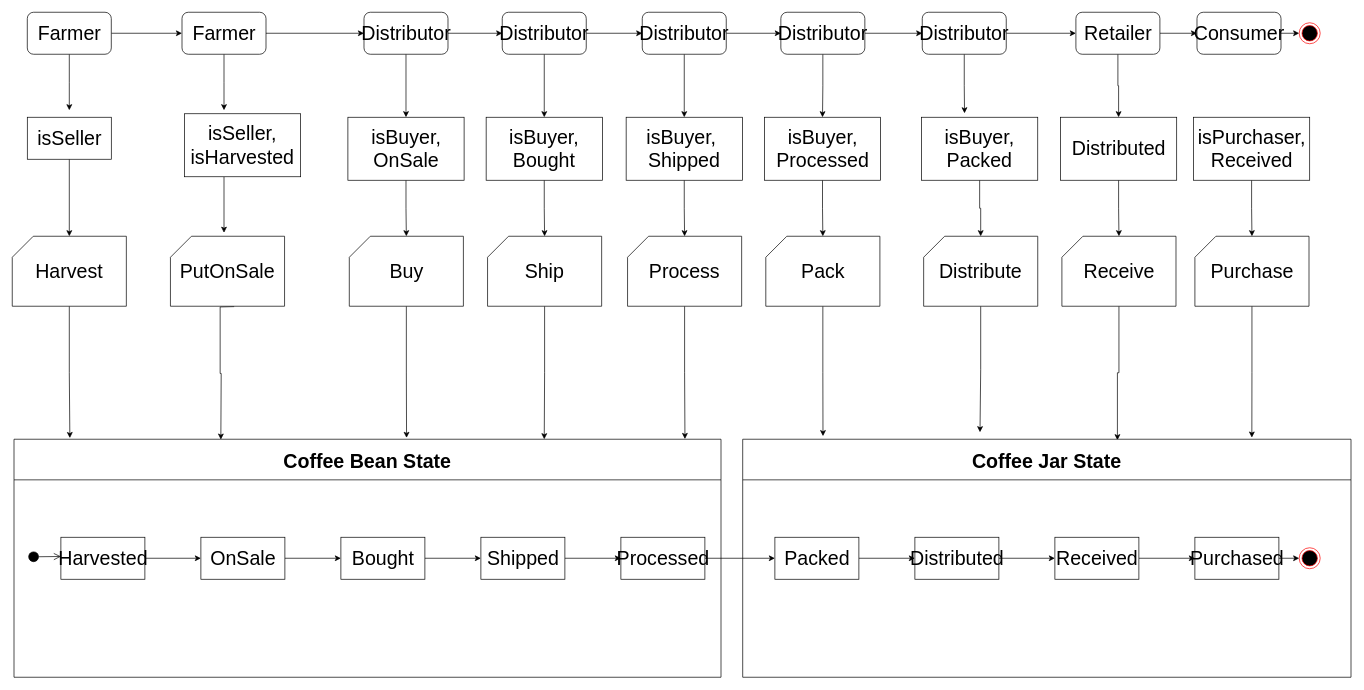
Above: UML and write-ups/UML Source/State Diagram.drawio in abuaesh/CoffeeSupplyChain (draw.io), before the change. Source tidied: cells renumbered, new cells numbered last; positions are measured from the earlier drawing's top-left corner, leaving out a move shared by most shapes. Both pictures are drawn from the tidied source at 70%, with x=0, y=0 at pixel (12, 12).
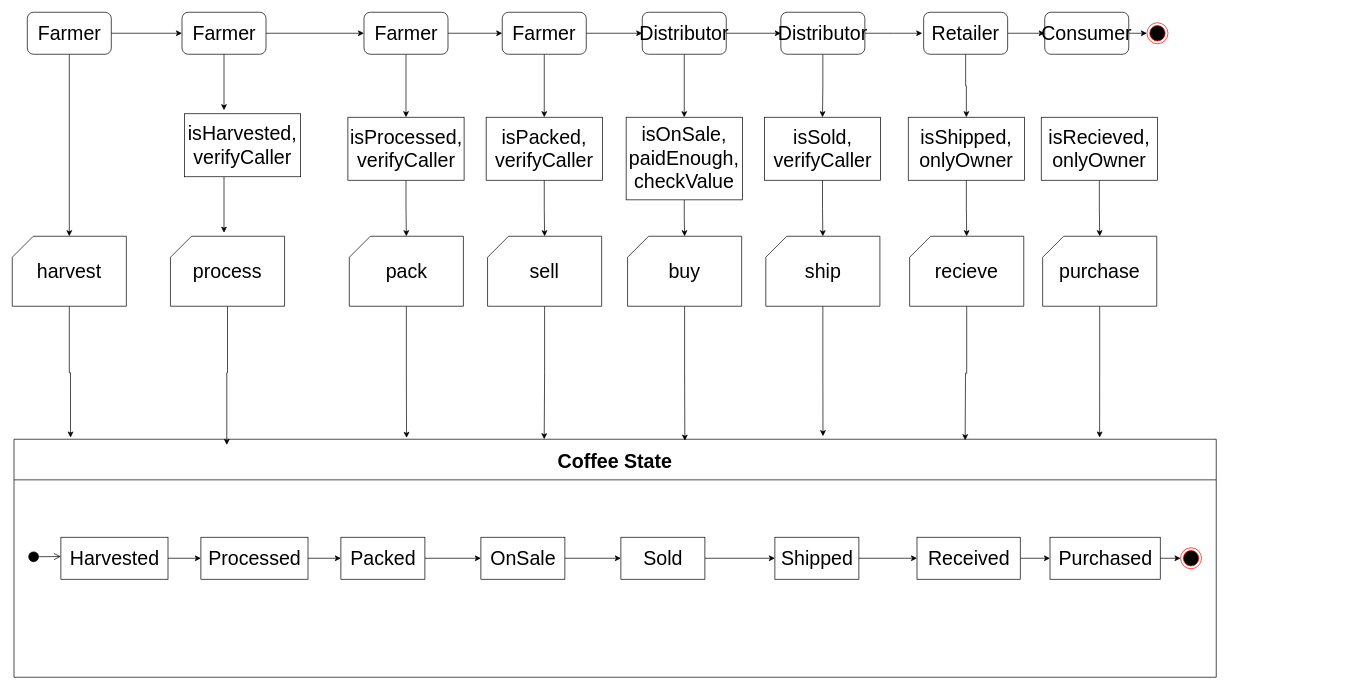
Above is the later version.

The change refers to these unchanged cells:
```xml
<mxCell id="23" value="Farmer" style="rounded=1;whiteSpace=wrap;html=1;fontSize=28;" parent="1" vertex="1">
  <mxGeometry x="21.5" width="120" height="60" as="geometry" />
</mxCell>
<mxCell id="38" value="Distributor" style="rounded=1;whiteSpace=wrap;html=1;fontSize=28;" parent="1" vertex="1">
  <mxGeometry x="1098" width="120" height="60" as="geometry" />
</mxCell>
```

What changed in the source:
```diff
@@
-    <mxCell id="2" value="Coffee Bean State" style="swimlane;fontSize=28;startSize=58;" parent="1" vertex="1">
-      <mxGeometry x="2.5" y="610" width="1010" height="340" as="geometry" />
+    <mxCell id="2" value="Coffee State" style="swimlane;fontSize=28;startSize=58;" parent="1" vertex="1">
+      <mxGeometry x="2.5" y="610" width="1717.5" height="340" as="geometry" />
     </mxCell>
@@
     <mxCell id="4" value="Harvested" style="rounded=0;whiteSpace=wrap;html=1;fontSize=28;" parent="2" vertex="1">
-      <mxGeometry x="67" y="140" width="120" height="60" as="geometry" />
+      <mxGeometry x="67" y="140" width="153" height="60" as="geometry" />
     </mxCell>
@@
-    <mxCell id="6" value="OnSale" style="rounded=0;whiteSpace=wrap;html=1;fontSize=28;" parent="2" vertex="1">
-      <mxGeometry x="267" y="140" width="120" height="60" as="geometry" />
+    <mxCell id="6" value="Processed" style="rounded=0;whiteSpace=wrap;html=1;fontSize=28;" parent="2" vertex="1">
+      <mxGeometry x="267" y="140" width="153" height="60" as="geometry" />
     </mxCell>
@@
-    <mxCell id="8" value="Bought" style="rounded=0;whiteSpace=wrap;html=1;fontSize=28;" parent="2" vertex="1">
+    <mxCell id="8" value="Packed" style="rounded=0;whiteSpace=wrap;html=1;fontSize=28;" parent="2" vertex="1">
       <mxGeometry x="467" y="140" width="120" height="60" as="geometry" />
     </mxCell>
@@
-    <mxCell id="10" value="Shipped" style="rounded=0;whiteSpace=wrap;html=1;fontSize=28;" parent="2" vertex="1">
+    <mxCell id="10" value="OnSale" style="rounded=0;whiteSpace=wrap;html=1;fontSize=28;" parent="2" vertex="1">
       <mxGeometry x="667" y="140" width="120" height="60" as="geometry" />
     </mxCell>
@@
-    <mxCell id="12" value="Processed" style="rounded=0;whiteSpace=wrap;html=1;fontSize=28;" parent="2" vertex="1">
+    <mxCell id="12" value="Sold" style="rounded=0;whiteSpace=wrap;html=1;fontSize=28;" parent="2" vertex="1">
       <mxGeometry x="867" y="140" width="120" height="60" as="geometry" />
     </mxCell>
-    <mxCell id="13" style="edgeStyle=orthogonalEdgeStyle;rounded=0;jettySize=auto;html=1;fontSize=28;" parent="2" edge="1" source="14" target="16">
+    <mxCell id="13" style="edgeStyle=orthogonalEdgeStyle;rounded=0;jettySize=auto;html=1;fontSize=28;entryX=0;entryY=0.5;entryDx=0;entryDy=0;" parent="2" edge="1" source="14" target="18">
       <mxGeometry relative="1" as="geometry" />
     </mxCell>
-    <mxCell id="14" value="Packed" style="rounded=0;whiteSpace=wrap;html=1;fontSize=28;" parent="2" vertex="1">
+    <mxCell id="14" value="Shipped" style="rounded=0;whiteSpace=wrap;html=1;fontSize=28;" parent="2" vertex="1">
       <mxGeometry x="1087" y="140" width="120" height="60" as="geometry" />
     </mxCell>
-    <mxCell id="15" style="edgeStyle=orthogonalEdgeStyle;rounded=0;jettySize=auto;html=1;fontSize=28;" parent="2" edge="1" source="16" target="18">
-      <mxGeometry relative="1" as="geometry" />
-    </mxCell>
-    <mxCell id="16" value="Distributed" style="rounded=0;whiteSpace=wrap;html=1;fontSize=28;" parent="2" vertex="1">
-      <mxGeometry x="1287" y="140" width="120" height="60" as="geometry" />
-    </mxCell>
@@
     <mxCell id="18" value="Received" style="rounded=0;whiteSpace=wrap;html=1;fontSize=28;" parent="2" vertex="1">
-      <mxGeometry x="1487" y="140" width="120" height="60" as="geometry" />
+      <mxGeometry x="1290" y="140" width="147.5" height="60" as="geometry" />
     </mxCell>
     <mxCell id="19" value="Purchased" style="rounded=0;whiteSpace=wrap;html=1;fontSize=28;" parent="2" vertex="1">
-      <mxGeometry x="1687" y="140" width="120" height="60" as="geometry" />
+      <mxGeometry x="1480" y="140" width="157.5" height="60" as="geometry" />
     </mxCell>
@@
-    <mxCell id="22" style="edgeStyle=orthogonalEdgeStyle;rounded=0;jettySize=auto;html=1;fontSize=28;" parent="1" edge="1" source="23">
-      <mxGeometry relative="1" as="geometry">
-        <mxPoint x="81.5" y="140" as="targetPoint" />
-      </mxGeometry>
+    <mxCell id="22" style="edgeStyle=orthogonalEdgeStyle;rounded=0;jettySize=auto;html=1;fontSize=28;entryX=0.5;entryY=0;entryDx=0;entryDy=0;entryPerimeter=0;" parent="1" edge="1" source="23" target="54">
+      <mxGeometry relative="1" as="geometry" />
     </mxCell>
@@
-    <mxCell id="29" value="Distributor" style="rounded=1;whiteSpace=wrap;html=1;fontSize=28;" parent="1" vertex="1">
+    <mxCell id="29" value="Farmer" style="rounded=1;whiteSpace=wrap;html=1;fontSize=28;" parent="1" vertex="1">
       <mxGeometry x="502.5" width="120" height="60" as="geometry" />
     </mxCell>
@@
-    <mxCell id="32" value="Distributor" style="rounded=1;whiteSpace=wrap;html=1;fontSize=28;" parent="1" vertex="1">
+    <mxCell id="32" value="Farmer" style="rounded=1;whiteSpace=wrap;html=1;fontSize=28;" parent="1" vertex="1">
       <mxGeometry x="700" width="120" height="60" as="geometry" />
     </mxCell>
@@
-    <mxCell id="36" style="edgeStyle=orthogonalEdgeStyle;rounded=0;jettySize=auto;html=1;fontSize=28;" parent="1" edge="1" source="38" target="41">
-      <mxGeometry relative="1" as="geometry" />
+    <mxCell id="36" style="edgeStyle=orthogonalEdgeStyle;rounded=0;jettySize=auto;html=1;fontSize=28;" parent="1" edge="1" source="38">
+      <mxGeometry relative="1" as="geometry">
+        <mxPoint x="1300" y="30" as="targetPoint" />
+      </mxGeometry>
     </mxCell>
@@
-    <mxCell id="39" style="edgeStyle=orthogonalEdgeStyle;rounded=0;jettySize=auto;html=1;fontSize=28;" parent="1" edge="1" source="41" target="44">
-      <mxGeometry relative="1" as="geometry" />
-    </mxCell>
-    <mxCell id="40" style="edgeStyle=orthogonalEdgeStyle;rounded=0;jettySize=auto;html=1;exitX=0.5;exitY=1;exitDx=0;exitDy=0;entryX=0.37;entryY=-0.063;entryDx=0;entryDy=0;entryPerimeter=0;fontSize=28;" parent="1" edge="1" source="41" target="72">
-      <mxGeometry relative="1" as="geometry" />
-    </mxCell>
-    <mxCell id="41" value="Distributor" style="rounded=1;whiteSpace=wrap;html=1;fontSize=28;" parent="1" vertex="1">
-      <mxGeometry x="1300" width="120" height="60" as="geometry" />
-    </mxCell>
@@
     <mxCell id="44" value="Retailer" style="rounded=1;whiteSpace=wrap;html=1;fontSize=28;" parent="1" vertex="1">
-      <mxGeometry x="1519.5" width="120" height="60" as="geometry" />
+      <mxGeometry x="1302" width="120" height="60" as="geometry" />
     </mxCell>
@@
     <mxCell id="46" value="Consumer" style="rounded=1;whiteSpace=wrap;html=1;fontSize=28;" parent="1" vertex="1">
-      <mxGeometry x="1692.5" width="120" height="60" as="geometry" />
+      <mxGeometry x="1475" width="120" height="60" as="geometry" />
     </mxCell>
-    <mxCell id="47" style="edgeStyle=orthogonalEdgeStyle;rounded=0;jettySize=auto;html=1;fontSize=28;entryX=0.079;entryY=-0.005;entryDx=0;entryDy=0;entryPerimeter=0;" parent="1" edge="1" source="54" target="2">
+    <mxCell id="47" style="edgeStyle=orthogonalEdgeStyle;rounded=0;jettySize=auto;html=1;fontSize=28;entryX=0.047;entryY=-0.007;entryDx=0;entryDy=0;entryPerimeter=0;" parent="1" edge="1" source="54" target="2">
       <mxGeometry relative="1" as="geometry" />
     </mxCell>
-    <mxCell id="48" style="edgeStyle=orthogonalEdgeStyle;rounded=0;jettySize=auto;html=1;fontSize=28;entryX=0.5;entryY=0;entryDx=0;entryDy=0;entryPerimeter=0;" parent="1" edge="1" source="49" target="54">
-      <mxGeometry relative="1" as="geometry" />
-    </mxCell>
-    <mxCell id="49" value="isSeller" style="rounded=0;whiteSpace=wrap;html=1;fontSize=28;" parent="1" vertex="1">
-      <mxGeometry x="21.5" y="150" width="120" height="60" as="geometry" />
-    </mxCell>
@@
-    <mxCell id="51" value="isSeller, isHarvested" style="rounded=0;whiteSpace=wrap;html=1;fontSize=28;" parent="1" vertex="1">
+    <mxCell id="51" value="isHarvested, verifyCaller" style="rounded=0;whiteSpace=wrap;html=1;fontSize=28;" parent="1" vertex="1">
       <mxGeometry x="246" y="145" width="166" height="90" as="geometry" />
     </mxCell>
-    <mxCell id="52" style="edgeStyle=orthogonalEdgeStyle;rounded=0;orthogonalLoop=1;jettySize=auto;html=1;fontSize=28;" parent="1" edge="1">
-      <mxGeometry relative="1" as="geometry">
-        <mxPoint x="317" y="420.5" as="sourcePoint" />
-        <mxPoint x="298" y="610.5" as="targetPoint" />
-      </mxGeometry>
-    </mxCell>
+    <mxCell id="87" style="edgeStyle=orthogonalEdgeStyle;rounded=0;jettySize=auto;html=1;exitX=0.5;exitY=1;exitDx=0;exitDy=0;exitPerimeter=0;entryX=0.177;entryY=0.024;entryDx=0;entryDy=0;entryPerimeter=0;" parent="1" edge="1" source="53" target="2">
+      <mxGeometry relative="1" as="geometry" />
+    </mxCell>
-    <mxCell id="53" value="PutOnSale" style="shape=card;whiteSpace=wrap;html=1;fontSize=28;" parent="1" vertex="1">
+    <mxCell id="53" value="process" style="shape=card;whiteSpace=wrap;html=1;fontSize=28;" parent="1" vertex="1">
       <mxGeometry x="226" y="320" width="163" height="100" as="geometry" />
     </mxCell>
-    <mxCell id="54" value="Harvest" style="shape=card;whiteSpace=wrap;html=1;fontSize=28;" parent="1" vertex="1">
+    <mxCell id="54" value="harvest" style="shape=card;whiteSpace=wrap;html=1;fontSize=28;" parent="1" vertex="1">
       <mxGeometry y="320" width="163" height="100" as="geometry" />
     </mxCell>
@@
-    <mxCell id="56" value="isBuyer, OnSale" style="rounded=0;whiteSpace=wrap;html=1;fontSize=28;" parent="1" vertex="1">
+    <mxCell id="56" value="isProcessed, verifyCaller" style="rounded=0;whiteSpace=wrap;html=1;fontSize=28;" parent="1" vertex="1">
       <mxGeometry x="479.5" y="150" width="166" height="90" as="geometry" />
     </mxCell>
@@
-    <mxCell id="58" value="Buy" style="shape=card;whiteSpace=wrap;html=1;fontSize=28;" parent="1" vertex="1">
+    <mxCell id="58" value="pack" style="shape=card;whiteSpace=wrap;html=1;fontSize=28;" parent="1" vertex="1">
       <mxGeometry x="481.5" y="320" width="163" height="100" as="geometry" />
     </mxCell>
@@
-    <mxCell id="60" value="isBuyer,&lt;br&gt;Bought" style="rounded=0;whiteSpace=wrap;html=1;fontSize=28;" parent="1" vertex="1">
+    <mxCell id="60" value="&lt;span style=&quot;white-space: normal&quot;&gt;isPacked, verifyCaller&lt;/span&gt;" style="rounded=0;whiteSpace=wrap;html=1;fontSize=28;" parent="1" vertex="1">
       <mxGeometry x="677" y="150" width="166" height="90" as="geometry" />
     </mxCell>
-    <mxCell id="61" style="edgeStyle=orthogonalEdgeStyle;rounded=0;jettySize=auto;html=1;exitX=0.5;exitY=1;exitDx=0;exitDy=0;exitPerimeter=0;entryX=0.75;entryY=0;entryDx=0;entryDy=0;fontSize=28;" parent="1" edge="1" source="62" target="2">
+    <mxCell id="61" style="edgeStyle=orthogonalEdgeStyle;rounded=0;jettySize=auto;html=1;exitX=0.5;exitY=1;exitDx=0;exitDy=0;exitPerimeter=0;entryX=0.441;entryY=0;entryDx=0;entryDy=0;fontSize=28;entryPerimeter=0;" parent="1" edge="1" source="62" target="2">
       <mxGeometry relative="1" as="geometry" />
     </mxCell>
-    <mxCell id="62" value="Ship" style="shape=card;whiteSpace=wrap;html=1;fontSize=28;" parent="1" vertex="1">
+    <mxCell id="62" value="sell" style="shape=card;whiteSpace=wrap;html=1;fontSize=28;" parent="1" vertex="1">
       <mxGeometry x="679" y="320" width="163" height="100" as="geometry" />
     </mxCell>
@@
-    <mxCell id="64" value="isBuyer,&amp;nbsp;&lt;br&gt;Shipped" style="rounded=0;whiteSpace=wrap;html=1;fontSize=28;" parent="1" vertex="1">
-      <mxGeometry x="877" y="150" width="166" height="90" as="geometry" />
+    <mxCell id="64" value="isOnSale, paidEnough, checkValue" style="rounded=0;whiteSpace=wrap;html=1;fontSize=28;" parent="1" vertex="1">
+      <mxGeometry x="877" y="150" width="166" height="118" as="geometry" />
     </mxCell>
-    <mxCell id="65" style="edgeStyle=orthogonalEdgeStyle;rounded=0;jettySize=auto;html=1;exitX=0.5;exitY=1;exitDx=0;exitDy=0;exitPerimeter=0;entryX=0.949;entryY=-0.001;entryDx=0;entryDy=0;entryPerimeter=0;fontSize=28;" parent="1" edge="1" source="66" target="2">
+    <mxCell id="65" style="edgeStyle=orthogonalEdgeStyle;rounded=0;jettySize=auto;html=1;exitX=0.5;exitY=1;exitDx=0;exitDy=0;exitPerimeter=0;entryX=0.558;entryY=0.006;entryDx=0;entryDy=0;entryPerimeter=0;" parent="1" edge="1" source="66" target="2">
       <mxGeometry relative="1" as="geometry" />
     </mxCell>
-    <mxCell id="66" value="Process" style="shape=card;whiteSpace=wrap;html=1;fontSize=28;" parent="1" vertex="1">
+    <mxCell id="66" value="buy" style="shape=card;whiteSpace=wrap;html=1;fontSize=28;" parent="1" vertex="1">
       <mxGeometry x="879" y="320" width="163" height="100" as="geometry" />
     </mxCell>
@@
-    <mxCell id="68" value="isBuyer,&lt;br&gt;Processed" style="rounded=0;whiteSpace=wrap;html=1;fontSize=28;" parent="1" vertex="1">
+    <mxCell id="68" value="&lt;span style=&quot;white-space: normal&quot;&gt;isSold, verifyCaller&lt;/span&gt;" style="rounded=0;whiteSpace=wrap;html=1;fontSize=28;" parent="1" vertex="1">
       <mxGeometry x="1074.5" y="150" width="166" height="90" as="geometry" />
     </mxCell>
-    <mxCell id="69" style="edgeStyle=orthogonalEdgeStyle;rounded=0;jettySize=auto;html=1;exitX=0.5;exitY=1;exitDx=0;exitDy=0;exitPerimeter=0;entryX=0.132;entryY=-0.013;entryDx=0;entryDy=0;entryPerimeter=0;fontSize=28;" parent="1" edge="1" source="70" target="82">
-      <mxGeometry relative="1" as="geometry" />
+    <mxCell id="69" style="edgeStyle=orthogonalEdgeStyle;rounded=0;jettySize=auto;html=1;exitX=0.5;exitY=1;exitDx=0;exitDy=0;exitPerimeter=0;entryX=0.132;entryY=-0.013;entryDx=0;entryDy=0;entryPerimeter=0;fontSize=28;" parent="1" edge="1" source="70">
+      <mxGeometry relative="1" as="geometry">
+        <mxPoint x="1158.2" y="605.6" as="targetPoint" />
+      </mxGeometry>
     </mxCell>
-    <mxCell id="70" value="Pack" style="shape=card;whiteSpace=wrap;html=1;fontSize=28;" parent="1" vertex="1">
+    <mxCell id="70" value="ship" style="shape=card;whiteSpace=wrap;html=1;fontSize=28;" parent="1" vertex="1">
       <mxGeometry x="1076.5" y="320" width="163" height="100" as="geometry" />
     </mxCell>
-    <mxCell id="71" style="edgeStyle=orthogonalEdgeStyle;rounded=0;jettySize=auto;html=1;exitX=0.5;exitY=1;exitDx=0;exitDy=0;entryX=0.5;entryY=0;entryDx=0;entryDy=0;entryPerimeter=0;fontSize=28;" parent="1" edge="1" source="72" target="74">
-      <mxGeometry relative="1" as="geometry" />
-    </mxCell>
-    <mxCell id="72" value="isBuyer,&lt;br&gt;Packed" style="rounded=0;whiteSpace=wrap;html=1;fontSize=28;" parent="1" vertex="1">
-      <mxGeometry x="1299" y="150" width="166" height="90" as="geometry" />
-    </mxCell>
-    <mxCell id="73" style="edgeStyle=orthogonalEdgeStyle;rounded=0;jettySize=auto;html=1;exitX=0.5;exitY=1;exitDx=0;exitDy=0;exitPerimeter=0;fontSize=28;" parent="1" edge="1" source="74">
-      <mxGeometry relative="1" as="geometry">
-        <mxPoint x="1382.5" y="600" as="targetPoint" />
-      </mxGeometry>
-    </mxCell>
-    <mxCell id="74" value="Distribute" style="shape=card;whiteSpace=wrap;html=1;fontSize=28;" parent="1" vertex="1">
-      <mxGeometry x="1302" y="320" width="163" height="100" as="geometry" />
-    </mxCell>
@@
-    <mxCell id="76" value="Distributed" style="rounded=0;whiteSpace=wrap;html=1;fontSize=28;" parent="1" vertex="1">
-      <mxGeometry x="1497.5" y="150" width="166" height="90" as="geometry" />
+    <mxCell id="76" value="isShipped, onlyOwner" style="rounded=0;whiteSpace=wrap;html=1;fontSize=28;" parent="1" vertex="1">
+      <mxGeometry x="1280" y="150" width="166" height="90" as="geometry" />
     </mxCell>
-    <mxCell id="77" style="edgeStyle=orthogonalEdgeStyle;rounded=0;jettySize=auto;html=1;exitX=0.5;exitY=1;exitDx=0;exitDy=0;exitPerimeter=0;entryX=0.616;entryY=0.004;entryDx=0;entryDy=0;entryPerimeter=0;fontSize=28;" parent="1" edge="1" source="78" target="82">
-      <mxGeometry relative="1" as="geometry" />
+    <mxCell id="77" style="edgeStyle=orthogonalEdgeStyle;rounded=0;jettySize=auto;html=1;exitX=0.5;exitY=1;exitDx=0;exitDy=0;exitPerimeter=0;entryX=0.616;entryY=0.004;entryDx=0;entryDy=0;entryPerimeter=0;fontSize=28;" parent="1" edge="1" source="78">
+      <mxGeometry relative="1" as="geometry">
+        <mxPoint x="1361.3" y="611.4" as="targetPoint" />
+      </mxGeometry>
     </mxCell>
-    <mxCell id="78" value="Receive" style="shape=card;whiteSpace=wrap;html=1;fontSize=28;" parent="1" vertex="1">
-      <mxGeometry x="1499.5" y="320" width="163" height="100" as="geometry" />
+    <mxCell id="78" value="recieve" style="shape=card;whiteSpace=wrap;html=1;fontSize=28;" parent="1" vertex="1">
+      <mxGeometry x="1282" y="320" width="163" height="100" as="geometry" />
     </mxCell>
     <mxCell id="79" style="ellipse;html=1;shape=endState;fillColor=#000000;strokeColor=#ff0000;fontSize=28;" parent="1" vertex="1">
-      <mxGeometry x="1838.5" y="15" width="30" height="30" as="geometry" />
+      <mxGeometry x="1621" y="15" width="30" height="30" as="geometry" />
     </mxCell>
     <mxCell id="80" style="ellipse;html=1;shape=endState;fillColor=#000000;strokeColor=#ff0000;fontSize=28;" parent="1" vertex="1">
-      <mxGeometry x="1838.5" y="765" width="30" height="30" as="geometry" />
+      <mxGeometry x="1669" y="765" width="30" height="30" as="geometry" />
     </mxCell>
@@
-    <mxCell id="82" value="Coffee Jar State" style="swimlane;fontSize=28;startSize=58;" parent="1" vertex="1">
-      <mxGeometry x="1043.5" y="610" width="869" height="340" as="geometry" />
-    </mxCell>
@@
-    <mxCell id="84" value="isPurchaser,&lt;br&gt;Received" style="rounded=0;whiteSpace=wrap;html=1;fontSize=28;" parent="1" vertex="1">
-      <mxGeometry x="1687.5" y="150" width="166" height="90" as="geometry" />
+    <mxCell id="84" value="isRecieved, onlyOwner" style="rounded=0;whiteSpace=wrap;html=1;fontSize=28;" parent="1" vertex="1">
+      <mxGeometry x="1470" y="150" width="166" height="90" as="geometry" />
     </mxCell>
-    <mxCell id="85" style="edgeStyle=orthogonalEdgeStyle;rounded=0;jettySize=auto;html=1;exitX=0.5;exitY=1;exitDx=0;exitDy=0;exitPerimeter=0;entryX=0.837;entryY=-0.007;entryDx=0;entryDy=0;entryPerimeter=0;fontSize=28;" parent="1" edge="1" source="86" target="82">
-      <mxGeometry relative="1" as="geometry" />
+    <mxCell id="85" style="edgeStyle=orthogonalEdgeStyle;rounded=0;jettySize=auto;html=1;exitX=0.5;exitY=1;exitDx=0;exitDy=0;exitPerimeter=0;entryX=0.837;entryY=-0.007;entryDx=0;entryDy=0;entryPerimeter=0;fontSize=28;" parent="1" edge="1" source="86">
+      <mxGeometry relative="1" as="geometry">
+        <mxPoint x="1553.4" y="607.6" as="targetPoint" />
+      </mxGeometry>
     </mxCell>
-    <mxCell id="86" value="Purchase" style="shape=card;whiteSpace=wrap;html=1;fontSize=28;" parent="1" vertex="1">
-      <mxGeometry x="1689.5" y="320" width="163" height="100" as="geometry" />
+    <mxCell id="86" value="purchase" style="shape=card;whiteSpace=wrap;html=1;fontSize=28;" parent="1" vertex="1">
+      <mxGeometry x="1472" y="320" width="163" height="100" as="geometry" />
     </mxCell>
```
